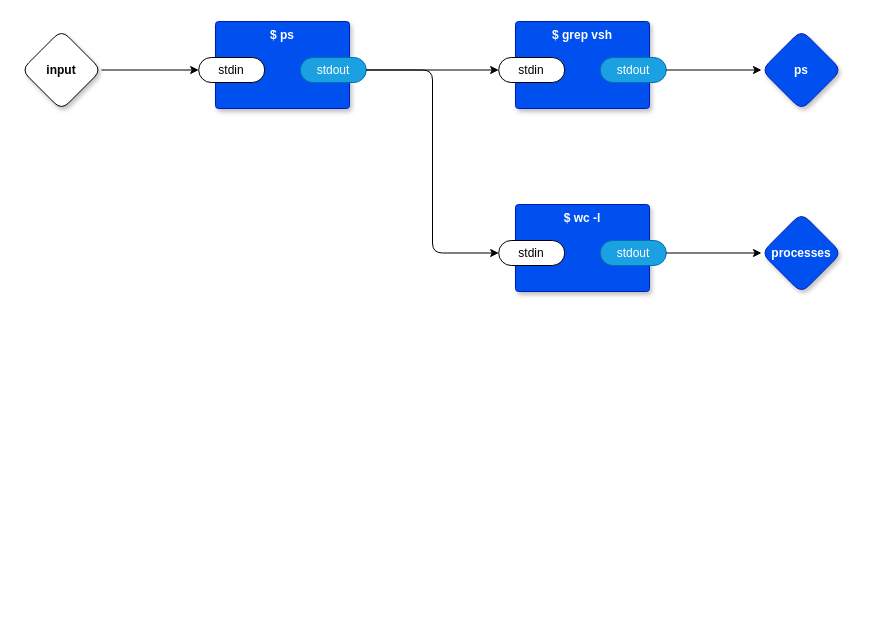
Before: vsh.drawio in guitarvydas/odin0d, a draw.io diagram. Source tidied: cells renumbered, new cells numbered last; positions are measured from the earlier drawing's top-left corner, leaving out a move shared by most shapes. Both pictures are drawn from the tidied source at 100%, with x=0, y=0 at pixel (21, 21).
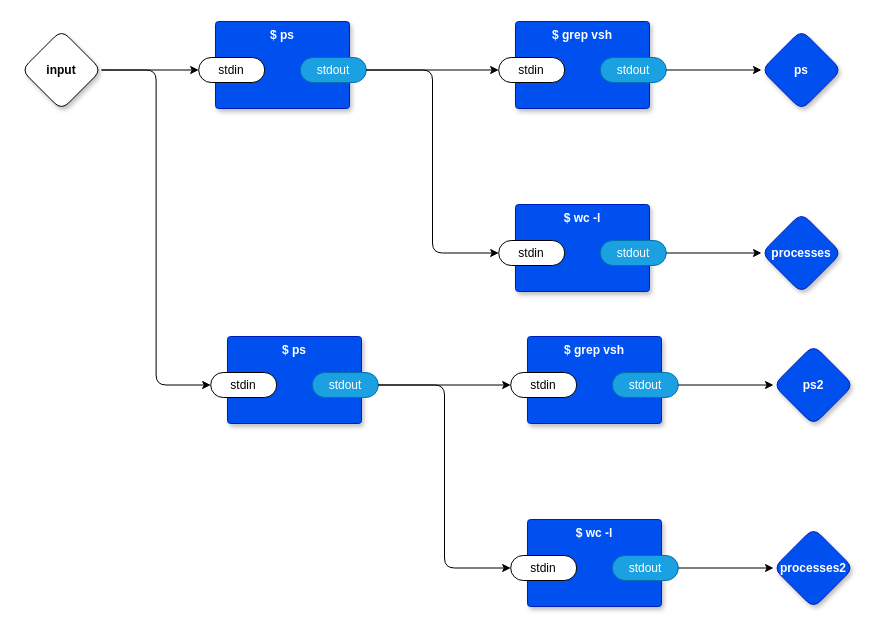
Above is the later version.

The change refers to these unchanged cells:
```xml
<mxCell id="3" value="input" style="rhombus;whiteSpace=wrap;html=1;rounded=1;fontStyle=1;glass=0;sketch=0;fontSize=12;points=[[0,0.5,0,0,0],[0.5,0,0,0,0],[0.5,1,0,0,0],[1,0.5,0,0,0]];shadow=1;" parent="1" vertex="1">
  <mxGeometry y="8.5" width="80" height="80" as="geometry" />
</mxCell>
```

Change to the diagram source:
```diff
@@
+    <mxCell id="19" style="edgeStyle=orthogonalEdgeStyle;rounded=1;jettySize=auto;html=1;exitX=1;exitY=0.5;exitDx=0;exitDy=0;exitPerimeter=0;entryX=0;entryY=0.5;entryDx=0;entryDy=0;entryPerimeter=0;" parent="1" edge="1" source="3" target="22">
+      <mxGeometry relative="1" as="geometry" />
+    </mxCell>
@@
+    <mxCell id="20" value="ps2" style="rhombus;whiteSpace=wrap;html=1;rounded=1;fillColor=#0050ef;fontColor=#ffffff;strokeColor=#001DBC;fontStyle=1;glass=0;sketch=0;fontSize=12;points=[[0,0.5,0,0,0],[0.5,0,0,0,0],[0.5,1,0,0,0],[1,0.5,0,0,0]];shadow=1;" parent="1" vertex="1">
+      <mxGeometry x="752" y="323.5" width="80" height="80" as="geometry" />
+    </mxCell>
+    <mxCell id="21" value="$ ps" style="rounded=1;whiteSpace=wrap;html=1;sketch=0;verticalAlign=top;arcSize=6;fontStyle=1;absoluteArcSize=1;shadow=1;strokeColor=#001DBC;fillColor=#0050ef;fontColor=#ffffff;" parent="1" vertex="1">
+      <mxGeometry x="206" y="315" width="134" height="87" as="geometry" />
+    </mxCell>
+    <mxCell id="22" value="stdin" style="rounded=1;whiteSpace=wrap;html=1;sketch=0;points=[[0,0.5,0,0,0],[1,0.5,0,0,0]];arcSize=50;" parent="21" vertex="1">
+      <mxGeometry x="-16.8" y="36" width="66" height="25" as="geometry" />
+    </mxCell>
+    <mxCell id="23" value="stdout" style="rounded=1;whiteSpace=wrap;html=1;sketch=0;points=[[0,0.5,0,0,0],[1,0.5,0,0,0]];fillColor=#1ba1e2;fontColor=#ffffff;strokeColor=#006EAF;arcSize=50;" parent="21" vertex="1">
+      <mxGeometry x="84.8" y="36" width="66" height="25" as="geometry" />
+    </mxCell>
+    <mxCell id="24" value="$ grep vsh" style="rounded=1;whiteSpace=wrap;html=1;sketch=0;verticalAlign=top;arcSize=6;fontStyle=1;absoluteArcSize=1;shadow=1;strokeColor=#001DBC;fillColor=#0050ef;fontColor=#ffffff;" parent="1" vertex="1">
+      <mxGeometry x="506" y="315" width="134" height="87" as="geometry" />
+    </mxCell>
+    <mxCell id="25" value="stdin" style="rounded=1;whiteSpace=wrap;html=1;sketch=0;points=[[0,0.5,0,0,0],[1,0.5,0,0,0]];arcSize=50;" parent="24" vertex="1">
+      <mxGeometry x="-16.8" y="36" width="66" height="25" as="geometry" />
+    </mxCell>
+    <mxCell id="26" value="stdout" style="rounded=1;whiteSpace=wrap;html=1;sketch=0;points=[[0,0.5,0,0,0],[1,0.5,0,0,0]];fillColor=#1ba1e2;fontColor=#ffffff;strokeColor=#006EAF;arcSize=50;" parent="24" vertex="1">
+      <mxGeometry x="84.8" y="36" width="66" height="25" as="geometry" />
+    </mxCell>
+    <mxCell id="27" style="edgeStyle=orthogonalEdgeStyle;rounded=1;jettySize=auto;html=1;exitX=1;exitY=0.5;exitDx=0;exitDy=0;exitPerimeter=0;entryX=0;entryY=0.5;entryDx=0;entryDy=0;entryPerimeter=0;" parent="1" edge="1" source="23" target="25">
+      <mxGeometry relative="1" as="geometry" />
+    </mxCell>
+    <mxCell id="28" style="edgeStyle=orthogonalEdgeStyle;rounded=1;jettySize=auto;html=1;exitX=1;exitY=0.5;exitDx=0;exitDy=0;exitPerimeter=0;entryX=0;entryY=0.5;entryDx=0;entryDy=0;entryPerimeter=0;" parent="1" edge="1" source="26" target="20">
+      <mxGeometry relative="1" as="geometry" />
+    </mxCell>
+    <mxCell id="29" value="$ wc -l" style="rounded=1;whiteSpace=wrap;html=1;sketch=0;verticalAlign=top;arcSize=6;fontStyle=1;absoluteArcSize=1;shadow=1;strokeColor=#001DBC;fillColor=#0050ef;fontColor=#ffffff;" parent="1" vertex="1">
+      <mxGeometry x="506" y="498" width="134" height="87" as="geometry" />
+    </mxCell>
+    <mxCell id="30" value="stdin" style="rounded=1;whiteSpace=wrap;html=1;sketch=0;points=[[0,0.5,0,0,0],[1,0.5,0,0,0]];arcSize=50;" parent="29" vertex="1">
+      <mxGeometry x="-16.8" y="36" width="66" height="25" as="geometry" />
+    </mxCell>
+    <mxCell id="31" value="stdout" style="rounded=1;whiteSpace=wrap;html=1;sketch=0;points=[[0,0.5,0,0,0],[1,0.5,0,0,0]];fillColor=#1ba1e2;fontColor=#ffffff;strokeColor=#006EAF;arcSize=50;" parent="29" vertex="1">
+      <mxGeometry x="84.8" y="36" width="66" height="25" as="geometry" />
+    </mxCell>
+    <mxCell id="32" style="edgeStyle=orthogonalEdgeStyle;rounded=1;jettySize=auto;html=1;exitX=1;exitY=0.5;exitDx=0;exitDy=0;exitPerimeter=0;entryX=0;entryY=0.5;entryDx=0;entryDy=0;entryPerimeter=0;" parent="1" edge="1" source="23" target="30">
+      <mxGeometry relative="1" as="geometry" />
+    </mxCell>
+    <mxCell id="33" value="processes2" style="rhombus;whiteSpace=wrap;html=1;rounded=1;fillColor=#0050ef;fontColor=#ffffff;strokeColor=#001DBC;fontStyle=1;glass=0;sketch=0;fontSize=12;points=[[0,0.5,0,0,0],[0.5,0,0,0,0],[0.5,1,0,0,0],[1,0.5,0,0,0]];shadow=1;" parent="1" vertex="1">
+      <mxGeometry x="752" y="506.5" width="80" height="80" as="geometry" />
+    </mxCell>
+    <mxCell id="34" style="edgeStyle=orthogonalEdgeStyle;rounded=1;jettySize=auto;html=1;exitX=1;exitY=0.5;exitDx=0;exitDy=0;exitPerimeter=0;entryX=0;entryY=0.5;entryDx=0;entryDy=0;entryPerimeter=0;" parent="1" edge="1" source="31" target="33">
+      <mxGeometry relative="1" as="geometry" />
+    </mxCell>
```
